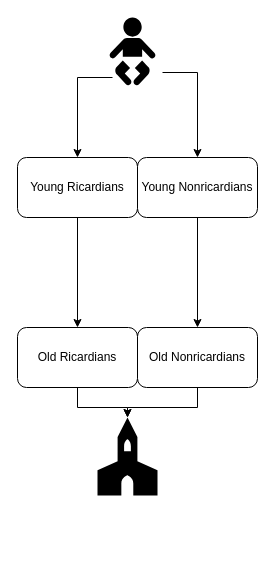
This is ogre/Untitled Diagram.drawio from zuzancek/schemes, a draw.io file, before an edit. Source tidied: cells renumbered, new cells numbered last; positions are measured from the earlier drawing's top-left corner, leaving out a move shared by most shapes. Both pictures are drawn from the tidied source at 100%, with x=0, y=0 at pixel (17, 17).
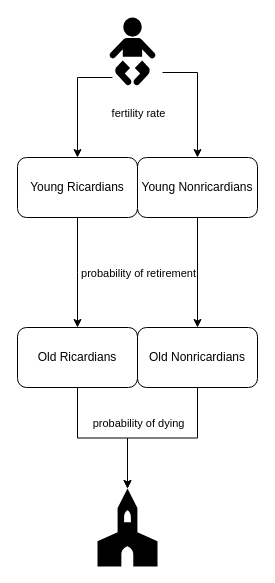
After the change.

The change refers to these unchanged cells:
```xml
<mxCell id="3" value="Young Ricardians" style="rounded=1;whiteSpace=wrap;html=1;" parent="1" vertex="1">
  <mxGeometry y="140" width="120" height="60" as="geometry" />
</mxCell>
<mxCell id="7" value="Old Ricardians" style="rounded=1;whiteSpace=wrap;html=1;" parent="1" vertex="1">
  <mxGeometry y="310" width="120" height="60" as="geometry" />
</mxCell>
<mxCell id="11" style="edgeStyle=orthogonalEdgeStyle;rounded=0;jettySize=auto;html=1;" parent="1" edge="1" target="5">
  <mxGeometry relative="1" as="geometry">
    <mxPoint x="145" y="55" as="sourcePoint" />
    <Array as="points">
      <mxPoint x="180" y="55" />
    </Array>
  </mxGeometry>
</mxCell>
```

Change to the diagram source:
```diff
@@
     <mxCell id="2" style="edgeStyle=orthogonalEdgeStyle;rounded=0;jettySize=auto;html=1;" parent="1" edge="1" source="3" target="7">
-      <mxGeometry relative="1" as="geometry" />
+      <mxGeometry relative="1" as="geometry">
+        <Array as="points">
+          <mxPoint x="60" y="255" />
+          <mxPoint x="60" y="255" />
+        </Array>
+      </mxGeometry>
     </mxCell>
+    <mxCell id="14" value="probability of retirement" style="edgeLabel;html=1;align=center;verticalAlign=middle;" parent="2" vertex="1">
+      <mxGeometry x="-0.27" relative="1" as="geometry">
+        <mxPoint x="60" y="15" as="offset" />
+      </mxGeometry>
+    </mxCell>
@@
-    <mxCell id="6" style="edgeStyle=orthogonalEdgeStyle;rounded=0;jettySize=auto;html=1;" parent="1" edge="1" source="7" target="13">
-      <mxGeometry relative="1" as="geometry" />
+    <mxCell id="6" value="probability of dying" style="edgeStyle=orthogonalEdgeStyle;rounded=0;jettySize=auto;html=1;" parent="1" edge="1" source="7" target="13">
+      <mxGeometry x="0.33" y="18" relative="1" as="geometry">
+        <mxPoint x="11" y="3" as="offset" />
+      </mxGeometry>
     </mxCell>
@@
+    <mxCell id="15" value="fertility rate" style="edgeLabel;html=1;align=center;verticalAlign=middle;" parent="11" vertex="1">
+      <mxGeometry x="0.04" y="1" relative="1" as="geometry">
+        <mxPoint x="-61" y="13" as="offset" />
+      </mxGeometry>
+    </mxCell>
@@
     <mxCell id="13" style="shape=mxgraph.signs.healthcare.chapel;html=1;fillColor=#000000;strokeColor=none;verticalLabelPosition=bottom;verticalAlign=top;align=center;sketch=0;" parent="1" vertex="1">
-      <mxGeometry x="80" y="400" width="60" height="78" as="geometry" />
+      <mxGeometry x="80" y="471" width="60" height="78" as="geometry" />
     </mxCell>
```
